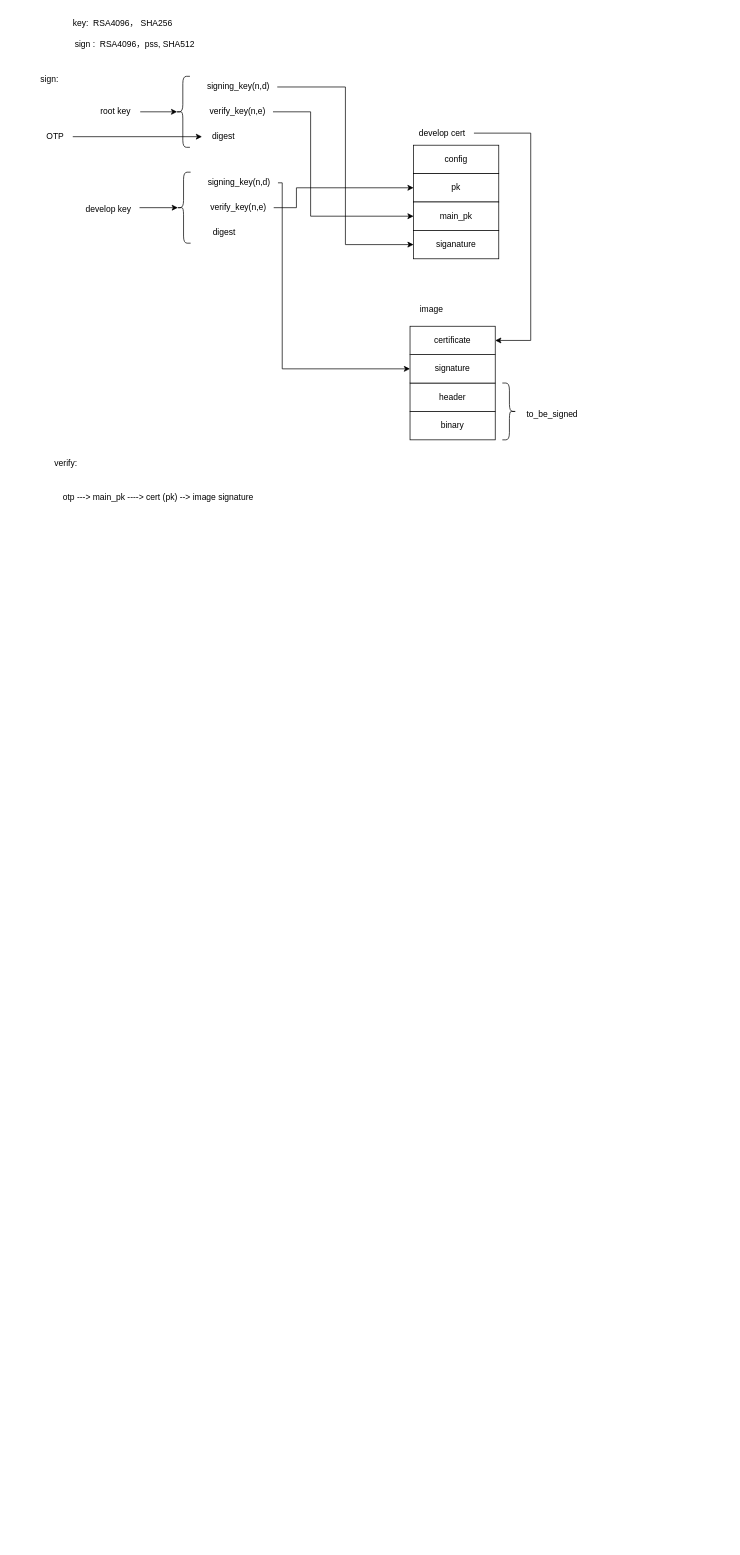
Earlier version of the draw.io diagram secure_boot.drawio (thomas-coding/drawio). Source tidied: cells renumbered, new cells numbered last; positions are measured from the earlier drawing's top-left corner, leaving out a move shared by most shapes. Both pictures are drawn from the tidied source at 71%, with x=0, y=0 at pixel (31, 12).
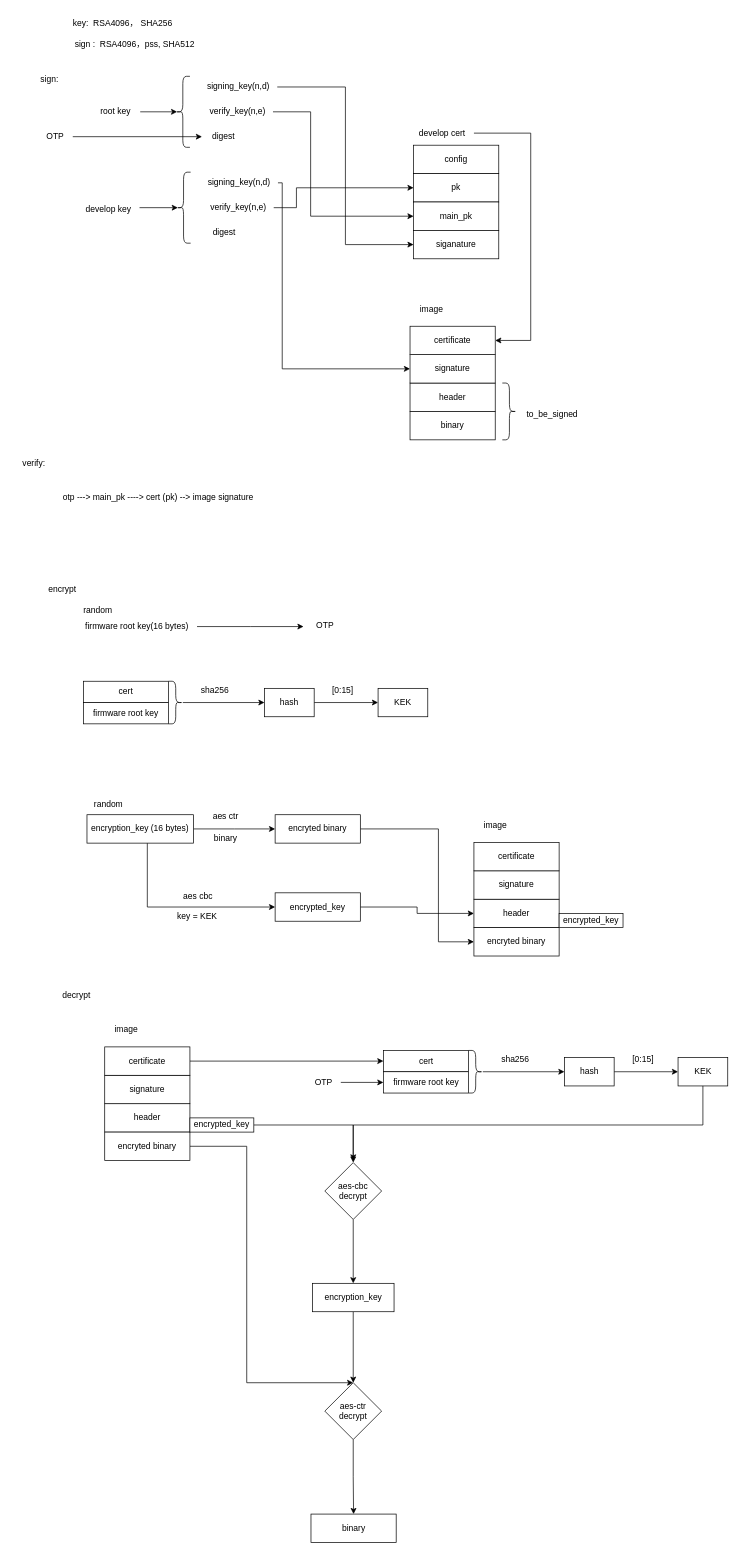
The same diagram, later.

The edit, as a diff of the source:
```diff
@@
     <mxCell id="36" value="verify:" style="text;html=1;align=center;verticalAlign=middle;strokeColor=none;fillColor=none;" parent="1" vertex="1">
-      <mxGeometry x="18" y="620" width="60" height="30" as="geometry" />
+      <mxGeometry x="-27" y="620" width="60" height="30" as="geometry" />
     </mxCell>
@@
+    <mxCell id="38" style="edgeStyle=orthogonalEdgeStyle;rounded=0;jettySize=auto;html=1;" parent="1" edge="1" source="39">
+      <mxGeometry relative="1" as="geometry">
+        <mxPoint x="383" y="865" as="targetPoint" />
+      </mxGeometry>
+    </mxCell>
+    <mxCell id="39" value="firmware root key(16 bytes)" style="text;html=1;align=center;verticalAlign=middle;points=[];strokeColor=none;fillColor=none;" parent="1" vertex="1">
+      <mxGeometry x="63" y="850" width="170" height="30" as="geometry" />
+    </mxCell>
+    <mxCell id="40" value="encrypt" style="text;html=1;align=center;verticalAlign=middle;strokeColor=none;fillColor=none;" parent="1" vertex="1">
+      <mxGeometry x="13" y="798" width="60" height="30" as="geometry" />
+    </mxCell>
+    <mxCell id="41" value="cert" style="rounded=0;whiteSpace=wrap;html=1;" parent="1" vertex="1">
+      <mxGeometry x="73" y="942" width="120" height="30" as="geometry" />
+    </mxCell>
+    <mxCell id="42" value="firmware root key" style="rounded=0;whiteSpace=wrap;html=1;" parent="1" vertex="1">
+      <mxGeometry x="73" y="972" width="120" height="30" as="geometry" />
+    </mxCell>
+    <mxCell id="43" style="edgeStyle=orthogonalEdgeStyle;rounded=0;jettySize=auto;html=1;entryX=0;entryY=0.5;entryDx=0;entryDy=0;" parent="1" edge="1" source="44" target="46">
+      <mxGeometry relative="1" as="geometry" />
+    </mxCell>
+    <mxCell id="44" style="shape=curlyBracket;whiteSpace=wrap;html=1;rounded=1;flipH=1;labelPosition=right;verticalLabelPosition=middle;align=left;verticalAlign=middle;" parent="1" vertex="1">
+      <mxGeometry x="193" y="942" width="20" height="60" as="geometry" />
+    </mxCell>
+    <mxCell id="45" style="edgeStyle=orthogonalEdgeStyle;rounded=0;jettySize=auto;html=1;entryX=0;entryY=0.5;entryDx=0;entryDy=0;" parent="1" edge="1" source="46" target="47">
+      <mxGeometry relative="1" as="geometry" />
+    </mxCell>
+    <mxCell id="46" value="hash" style="rounded=0;whiteSpace=wrap;html=1;" parent="1" vertex="1">
+      <mxGeometry x="328" y="952" width="70" height="40" as="geometry" />
+    </mxCell>
+    <mxCell id="47" value="KEK" style="rounded=0;whiteSpace=wrap;html=1;" parent="1" vertex="1">
+      <mxGeometry x="488" y="952" width="70" height="40" as="geometry" />
+    </mxCell>
+    <mxCell id="48" value="[0:15]" style="text;html=1;align=center;verticalAlign=middle;strokeColor=none;fillColor=none;" parent="1" vertex="1">
+      <mxGeometry x="413" y="940" width="50" height="30" as="geometry" />
+    </mxCell>
+    <mxCell id="49" value="sha256" style="text;html=1;align=center;verticalAlign=middle;strokeColor=none;fillColor=none;" parent="1" vertex="1">
+      <mxGeometry x="228" y="940" width="60" height="30" as="geometry" />
+    </mxCell>
+    <mxCell id="50" value="random" style="text;html=1;align=center;verticalAlign=middle;strokeColor=none;fillColor=none;" parent="1" vertex="1">
+      <mxGeometry x="63" y="828" width="60" height="30" as="geometry" />
+    </mxCell>
+    <mxCell id="51" style="edgeStyle=orthogonalEdgeStyle;rounded=0;jettySize=auto;html=1;" parent="1" edge="1" source="53">
+      <mxGeometry relative="1" as="geometry">
+        <mxPoint x="343" y="1150" as="targetPoint" />
+      </mxGeometry>
+    </mxCell>
+    <mxCell id="52" style="edgeStyle=orthogonalEdgeStyle;rounded=0;jettySize=auto;html=1;entryX=0;entryY=0.5;entryDx=0;entryDy=0;" parent="1" edge="1" source="53" target="61">
+      <mxGeometry relative="1" as="geometry">
+        <Array as="points">
+          <mxPoint x="163" y="1260" />
+        </Array>
+      </mxGeometry>
+    </mxCell>
+    <mxCell id="53" value="encryption_key (16 bytes)" style="rounded=0;whiteSpace=wrap;html=1;" parent="1" vertex="1">
+      <mxGeometry x="78" y="1130" width="150" height="40" as="geometry" />
+    </mxCell>
+    <mxCell id="54" value="random" style="text;html=1;align=center;verticalAlign=middle;strokeColor=none;fillColor=none;" parent="1" vertex="1">
+      <mxGeometry x="78" y="1100" width="60" height="30" as="geometry" />
+    </mxCell>
+    <mxCell id="55" value="OTP" style="text;html=1;align=center;verticalAlign=middle;strokeColor=none;fillColor=none;" parent="1" vertex="1">
+      <mxGeometry x="388" y="848" width="50" height="30" as="geometry" />
+    </mxCell>
+    <mxCell id="56" value="aes ctr" style="text;html=1;align=center;verticalAlign=middle;strokeColor=none;fillColor=none;" parent="1" vertex="1">
+      <mxGeometry x="243" y="1118" width="60" height="30" as="geometry" />
+    </mxCell>
+    <mxCell id="57" value="binary" style="text;html=1;align=center;verticalAlign=middle;strokeColor=none;fillColor=none;" parent="1" vertex="1">
+      <mxGeometry x="243" y="1148" width="60" height="30" as="geometry" />
+    </mxCell>
+    <mxCell id="58" style="edgeStyle=orthogonalEdgeStyle;rounded=0;jettySize=auto;html=1;entryX=0;entryY=0.5;entryDx=0;entryDy=0;" parent="1" edge="1" source="59" target="65">
+      <mxGeometry relative="1" as="geometry">
+        <Array as="points">
+          <mxPoint x="573" y="1150" />
+          <mxPoint x="573" y="1309" />
+        </Array>
+      </mxGeometry>
+    </mxCell>
+    <mxCell id="59" value="encryted binary" style="rounded=0;whiteSpace=wrap;html=1;" parent="1" vertex="1">
+      <mxGeometry x="343" y="1130" width="120" height="40" as="geometry" />
+    </mxCell>
+    <mxCell id="60" style="edgeStyle=orthogonalEdgeStyle;rounded=0;jettySize=auto;html=1;entryX=0;entryY=0.5;entryDx=0;entryDy=0;" parent="1" edge="1" source="61" target="64">
+      <mxGeometry relative="1" as="geometry" />
+    </mxCell>
+    <mxCell id="61" value="encrypted_key" style="rounded=0;whiteSpace=wrap;html=1;" parent="1" vertex="1">
+      <mxGeometry x="343" y="1240" width="120" height="40" as="geometry" />
+    </mxCell>
+    <mxCell id="62" value="aes cbc" style="text;html=1;align=center;verticalAlign=middle;strokeColor=none;fillColor=none;" parent="1" vertex="1">
+      <mxGeometry x="204" y="1230" width="60" height="30" as="geometry" />
+    </mxCell>
+    <mxCell id="63" value="key = KEK" style="text;html=1;align=center;verticalAlign=middle;strokeColor=none;fillColor=none;" parent="1" vertex="1">
+      <mxGeometry x="193" y="1258" width="80" height="30" as="geometry" />
+    </mxCell>
+    <mxCell id="64" value="header" style="rounded=0;whiteSpace=wrap;html=1;" parent="1" vertex="1">
+      <mxGeometry x="623" y="1249" width="120" height="40" as="geometry" />
+    </mxCell>
+    <mxCell id="65" value="encryted binary" style="rounded=0;whiteSpace=wrap;html=1;" parent="1" vertex="1">
+      <mxGeometry x="623" y="1289" width="120" height="40" as="geometry" />
+    </mxCell>
+    <mxCell id="66" value="signature" style="rounded=0;whiteSpace=wrap;html=1;" parent="1" vertex="1">
+      <mxGeometry x="623" y="1209" width="120" height="40" as="geometry" />
+    </mxCell>
+    <mxCell id="67" value="certificate" style="rounded=0;whiteSpace=wrap;html=1;" parent="1" vertex="1">
+      <mxGeometry x="623" y="1169" width="120" height="40" as="geometry" />
+    </mxCell>
+    <mxCell id="68" value="image" style="text;html=1;align=center;verticalAlign=middle;strokeColor=none;fillColor=none;" parent="1" vertex="1">
+      <mxGeometry x="623" y="1130" width="60" height="30" as="geometry" />
+    </mxCell>
+    <mxCell id="69" value="encrypted_key" style="rounded=0;whiteSpace=wrap;html=1;" parent="1" vertex="1">
+      <mxGeometry x="743" y="1269" width="90" height="20" as="geometry" />
+    </mxCell>
+    <mxCell id="70" value="decrypt" style="text;html=1;align=center;verticalAlign=middle;strokeColor=none;fillColor=none;" parent="1" vertex="1">
+      <mxGeometry x="33" y="1370" width="60" height="30" as="geometry" />
+    </mxCell>
+    <mxCell id="71" value="cert" style="rounded=0;whiteSpace=wrap;html=1;" parent="1" vertex="1">
+      <mxGeometry x="495.5" y="1462" width="120" height="30" as="geometry" />
+    </mxCell>
+    <mxCell id="72" value="firmware root key" style="rounded=0;whiteSpace=wrap;html=1;" parent="1" vertex="1">
+      <mxGeometry x="495.5" y="1492" width="120" height="30" as="geometry" />
+    </mxCell>
+    <mxCell id="73" style="edgeStyle=orthogonalEdgeStyle;rounded=0;jettySize=auto;html=1;entryX=0;entryY=0.5;entryDx=0;entryDy=0;" parent="1" edge="1" source="74" target="76">
+      <mxGeometry relative="1" as="geometry" />
+    </mxCell>
+    <mxCell id="74" style="shape=curlyBracket;whiteSpace=wrap;html=1;rounded=1;flipH=1;labelPosition=right;verticalLabelPosition=middle;align=left;verticalAlign=middle;" parent="1" vertex="1">
+      <mxGeometry x="615.5" y="1462" width="20" height="60" as="geometry" />
+    </mxCell>
+    <mxCell id="75" style="edgeStyle=orthogonalEdgeStyle;rounded=0;jettySize=auto;html=1;entryX=0;entryY=0.5;entryDx=0;entryDy=0;" parent="1" edge="1" source="76" target="78">
+      <mxGeometry relative="1" as="geometry" />
+    </mxCell>
+    <mxCell id="76" value="hash" style="rounded=0;whiteSpace=wrap;html=1;" parent="1" vertex="1">
+      <mxGeometry x="750.5" y="1472" width="70" height="40" as="geometry" />
+    </mxCell>
+    <mxCell id="77" style="edgeStyle=orthogonalEdgeStyle;rounded=0;orthogonalLoop=1;jettySize=auto;html=1;" parent="1" edge="1">
+      <mxGeometry relative="1" as="geometry">
+        <mxPoint x="945.5" y="1509" as="sourcePoint" />
+        <mxPoint x="453" y="1617" as="targetPoint" />
+        <Array as="points">
+          <mxPoint x="946" y="1567" />
+          <mxPoint x="453" y="1567" />
+        </Array>
+      </mxGeometry>
+    </mxCell>
+    <mxCell id="78" value="KEK" style="rounded=0;whiteSpace=wrap;html=1;" parent="1" vertex="1">
+      <mxGeometry x="910.5" y="1472" width="70" height="40" as="geometry" />
+    </mxCell>
+    <mxCell id="79" value="[0:15]" style="text;html=1;align=center;verticalAlign=middle;strokeColor=none;fillColor=none;" parent="1" vertex="1">
+      <mxGeometry x="835.5" y="1460" width="50" height="30" as="geometry" />
+    </mxCell>
+    <mxCell id="80" value="sha256" style="text;html=1;align=center;verticalAlign=middle;strokeColor=none;fillColor=none;" parent="1" vertex="1">
+      <mxGeometry x="650.5" y="1460" width="60" height="30" as="geometry" />
+    </mxCell>
+    <mxCell id="81" style="edgeStyle=orthogonalEdgeStyle;rounded=0;jettySize=auto;html=1;entryX=0;entryY=0.5;entryDx=0;entryDy=0;" parent="1" edge="1" source="82" target="72">
+      <mxGeometry relative="1" as="geometry" />
+    </mxCell>
+    <mxCell id="82" value="OTP" style="text;html=1;align=center;verticalAlign=middle;points=[];strokeColor=none;fillColor=none;" parent="1" vertex="1">
+      <mxGeometry x="385.5" y="1492" width="50" height="30" as="geometry" />
+    </mxCell>
+    <mxCell id="83" value="header" style="rounded=0;whiteSpace=wrap;html=1;" parent="1" vertex="1">
+      <mxGeometry x="103" y="1537" width="120" height="40" as="geometry" />
+    </mxCell>
+    <mxCell id="84" style="edgeStyle=orthogonalEdgeStyle;rounded=0;jettySize=auto;html=1;entryX=0.5;entryY=0;entryDx=0;entryDy=0;" parent="1" edge="1" source="85" target="97">
+      <mxGeometry relative="1" as="geometry">
+        <Array as="points">
+          <mxPoint x="303" y="1597" />
+          <mxPoint x="303" y="1930" />
+        </Array>
+      </mxGeometry>
+    </mxCell>
+    <mxCell id="85" value="encryted binary" style="rounded=0;whiteSpace=wrap;html=1;" parent="1" vertex="1">
+      <mxGeometry x="103" y="1577" width="120" height="40" as="geometry" />
+    </mxCell>
+    <mxCell id="86" value="signature" style="rounded=0;whiteSpace=wrap;html=1;" parent="1" vertex="1">
+      <mxGeometry x="103" y="1497" width="120" height="40" as="geometry" />
+    </mxCell>
+    <mxCell id="87" style="edgeStyle=orthogonalEdgeStyle;rounded=0;jettySize=auto;html=1;entryX=0;entryY=0.5;entryDx=0;entryDy=0;" parent="1" edge="1" source="88" target="71">
+      <mxGeometry relative="1" as="geometry" />
+    </mxCell>
+    <mxCell id="88" value="certificate" style="rounded=0;whiteSpace=wrap;html=1;" parent="1" vertex="1">
+      <mxGeometry x="103" y="1457" width="120" height="40" as="geometry" />
+    </mxCell>
+    <mxCell id="89" value="image" style="text;html=1;align=center;verticalAlign=middle;strokeColor=none;fillColor=none;" parent="1" vertex="1">
+      <mxGeometry x="103" y="1418" width="60" height="30" as="geometry" />
+    </mxCell>
+    <mxCell id="90" style="edgeStyle=orthogonalEdgeStyle;rounded=0;jettySize=auto;html=1;entryX=0.5;entryY=0;entryDx=0;entryDy=0;" parent="1" edge="1" source="91" target="95">
+      <mxGeometry relative="1" as="geometry" />
+    </mxCell>
+    <mxCell id="91" value="encrypted_key" style="rounded=0;whiteSpace=wrap;html=1;" parent="1" vertex="1">
+      <mxGeometry x="223" y="1557" width="90" height="20" as="geometry" />
+    </mxCell>
+    <mxCell id="92" style="edgeStyle=orthogonalEdgeStyle;rounded=0;jettySize=auto;html=1;entryX=0.5;entryY=0;entryDx=0;entryDy=0;" parent="1" edge="1" source="93" target="97">
+      <mxGeometry relative="1" as="geometry" />
+    </mxCell>
+    <mxCell id="93" value="encryption_key" style="rounded=0;whiteSpace=wrap;html=1;" parent="1" vertex="1">
+      <mxGeometry x="395.5" y="1790" width="115" height="40" as="geometry" />
+    </mxCell>
+    <mxCell id="94" style="edgeStyle=orthogonalEdgeStyle;rounded=0;jettySize=auto;html=1;entryX=0.5;entryY=0;entryDx=0;entryDy=0;" parent="1" edge="1" source="95" target="93">
+      <mxGeometry relative="1" as="geometry" />
+    </mxCell>
+    <mxCell id="95" value="aes-cbc decrypt" style="rhombus;whiteSpace=wrap;html=1;" parent="1" vertex="1">
+      <mxGeometry x="413" y="1620" width="80" height="80" as="geometry" />
+    </mxCell>
+    <mxCell id="96" style="edgeStyle=orthogonalEdgeStyle;rounded=0;jettySize=auto;html=1;entryX=0.5;entryY=0;entryDx=0;entryDy=0;" parent="1" edge="1" source="97" target="98">
+      <mxGeometry relative="1" as="geometry" />
+    </mxCell>
+    <mxCell id="97" value="aes-ctr decrypt" style="rhombus;whiteSpace=wrap;html=1;" parent="1" vertex="1">
+      <mxGeometry x="413" y="1930" width="80" height="80" as="geometry" />
+    </mxCell>
+    <mxCell id="98" value="binary" style="rounded=0;whiteSpace=wrap;html=1;" parent="1" vertex="1">
+      <mxGeometry x="393.5" y="2115" width="120" height="40" as="geometry" />
+    </mxCell>
```
